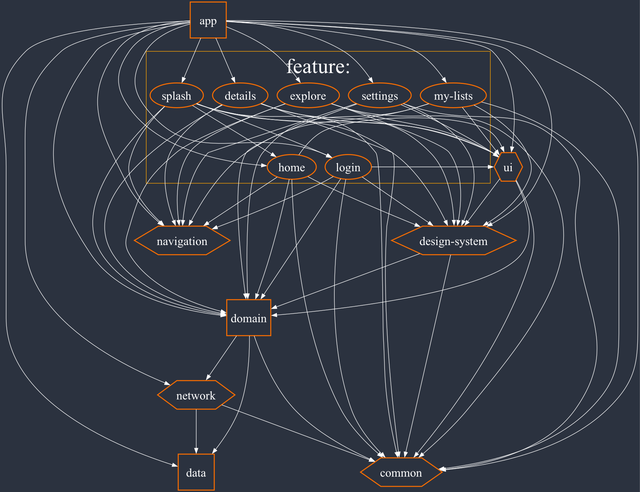
Earlier version of the Graphviz export tools/dependency-graph/project_digraph.dot.png (enesky/Doodle). Its source is kept beside it as tools/dependency-graph/project_digraph.dot.
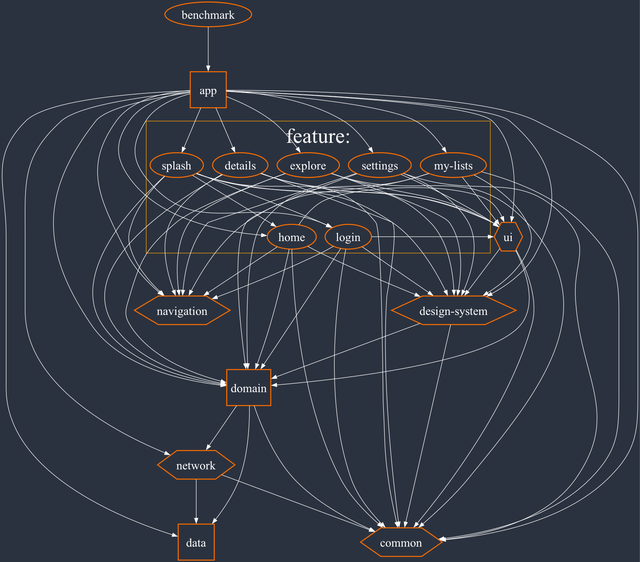
Later version of the same file.

Commit message:
added: benchmark module

The edit, as a diff of the source:
```diff
@@ -77,4 +77,5 @@
     "splash" -> "ui"
     "splash" -> "home"
     "splash" -> "login"
+    "benchmark" -> "app"
 }
```
